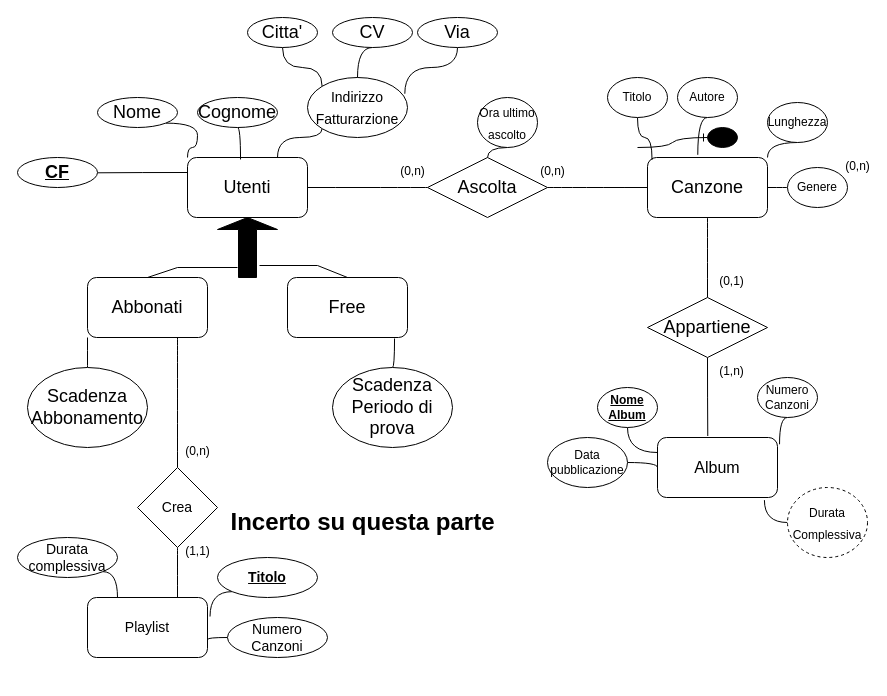
This is BasiDiDati/Progetto/DiagrammaER.drawio from Ariethel/Uni, a draw.io file, before an edit. Source tidied: cells renumbered, new cells numbered last; positions are measured from the earlier drawing's top-left corner, leaving out a move shared by most shapes. Both pictures are drawn from the tidied source at 100%, with x=0, y=0 at pixel (17, 17).
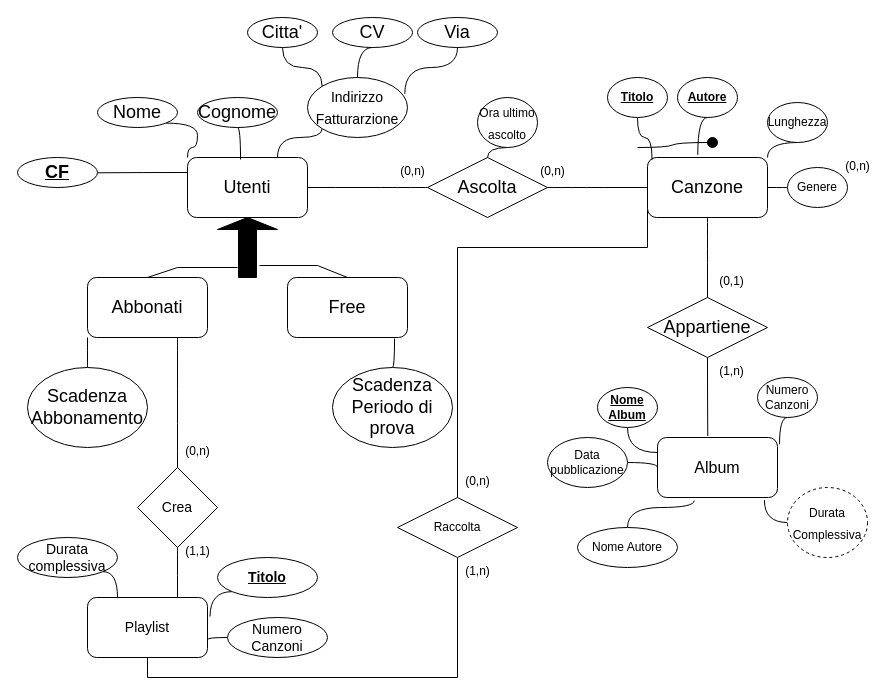
Above is the later version.

The change refers to these unchanged cells:
```xml
<mxCell id="30" value="Canzone" style="rounded=1;whiteSpace=wrap;html=1;fontSize=18;fillColor=default;" parent="1" vertex="1">
  <mxGeometry x="630" y="140" width="120" height="60" as="geometry" />
</mxCell>
<mxCell id="41" value="&lt;font size=&quot;3&quot;&gt;Album&lt;br&gt;&lt;/font&gt;" style="rounded=1;whiteSpace=wrap;html=1;fontSize=12;fillColor=default;" parent="1" vertex="1">
  <mxGeometry x="640" y="420" width="120" height="60" as="geometry" />
</mxCell>
<mxCell id="62" value="Playlist" style="rounded=1;whiteSpace=wrap;html=1;fontSize=14;" parent="1" vertex="1">
  <mxGeometry x="70" y="580" width="120" height="60" as="geometry" />
</mxCell>
```

What changed in the source:
```diff
@@
+    <mxCell id="72" style="edgeStyle=orthogonalEdgeStyle;rounded=0;jettySize=auto;html=1;exitX=0;exitY=0.75;exitDx=0;exitDy=0;entryX=0.5;entryY=0;entryDx=0;entryDy=0;endArrow=none;endFill=0;" parent="1" edge="1" source="30" target="74">
+      <mxGeometry relative="1" as="geometry">
+        <Array as="points">
+          <mxPoint x="630" y="230" />
+          <mxPoint x="440" y="230" />
+        </Array>
+      </mxGeometry>
+    </mxCell>
@@
-    <mxCell id="34" value="Titolo&lt;br&gt;" style="ellipse;whiteSpace=wrap;html=1;align=center;fontSize=12;fillColor=default;" parent="1" vertex="1">
+    <mxCell id="34" value="&lt;b&gt;&lt;u&gt;Titolo&lt;/u&gt;&lt;/b&gt;" style="ellipse;whiteSpace=wrap;html=1;align=center;fontSize=12;fillColor=default;" parent="1" vertex="1">
       <mxGeometry x="590" y="60" width="60" height="40" as="geometry" />
     </mxCell>
@@
-    <mxCell id="36" value="Autore" style="ellipse;whiteSpace=wrap;html=1;align=center;fontSize=12;fillColor=default;" parent="1" vertex="1">
+    <mxCell id="36" value="&lt;b&gt;&lt;u&gt;Autore&lt;/u&gt;&lt;/b&gt;" style="ellipse;whiteSpace=wrap;html=1;align=center;fontSize=12;fillColor=default;" parent="1" vertex="1">
       <mxGeometry x="660" y="60" width="60" height="40" as="geometry" />
     </mxCell>
@@
-    <mxCell id="58" style="edgeStyle=entityRelationEdgeStyle;fontSize=12;html=1;endArrow=ERone;endFill=1;rounded=0;curved=1;" parent="1" edge="1" target="59">
+    <mxCell id="58" style="edgeStyle=entityRelationEdgeStyle;fontSize=12;html=1;endArrow=none;endFill=0;rounded=0;curved=1;" parent="1" edge="1" target="59">
       <mxGeometry relative="1" as="geometry">
         <mxPoint x="620" y="130" as="sourcePoint" />
       </mxGeometry>
     </mxCell>
     <mxCell id="59" style="ellipse;whiteSpace=wrap;html=1;fontSize=12;fillColor=#000000;" parent="1" vertex="1">
-      <mxGeometry x="690" y="110" width="30" height="20" as="geometry" />
+      <mxGeometry x="690" y="120" width="10" height="10" as="geometry" />
     </mxCell>
@@
+    <mxCell id="73" style="edgeStyle=orthogonalEdgeStyle;rounded=0;jettySize=auto;html=1;exitX=0.5;exitY=1;exitDx=0;exitDy=0;endArrow=none;endFill=0;" parent="1" edge="1" source="62" target="74">
+      <mxGeometry relative="1" as="geometry" />
+    </mxCell>
@@
-    <mxCell id="71" value="Incerto su questa parte" style="text;strokeColor=none;fillColor=none;html=1;fontSize=24;fontStyle=1;verticalAlign=middle;align=center;" parent="1" vertex="1">
-      <mxGeometry x="295" y="485" width="100" height="40" as="geometry" />
-    </mxCell>
+    <mxCell id="74" value="Raccolta" style="shape=rhombus;perimeter=rhombusPerimeter;whiteSpace=wrap;html=1;align=center;" parent="1" vertex="1">
+      <mxGeometry x="380" y="480" width="120" height="60" as="geometry" />
+    </mxCell>
+    <mxCell id="75" value="&lt;span style=&quot;font-weight: normal&quot;&gt;&lt;font style=&quot;font-size: 12px&quot;&gt;(0,n)&lt;/font&gt;&lt;/span&gt;" style="text;strokeColor=none;fillColor=none;html=1;fontSize=24;fontStyle=1;verticalAlign=middle;align=center;" parent="1" vertex="1">
+      <mxGeometry x="410" y="440" width="100" height="40" as="geometry" />
+    </mxCell>
+    <mxCell id="76" value="&lt;span style=&quot;font-weight: normal&quot;&gt;&lt;font style=&quot;font-size: 12px&quot;&gt;(1,n)&lt;/font&gt;&lt;/span&gt;" style="text;strokeColor=none;fillColor=none;html=1;fontSize=24;fontStyle=1;verticalAlign=middle;align=center;" parent="1" vertex="1">
+      <mxGeometry x="410" y="530" width="100" height="40" as="geometry" />
+    </mxCell>
+    <mxCell id="77" style="edgeStyle=orthogonalEdgeStyle;curved=1;rounded=0;jettySize=auto;html=1;exitX=0.5;exitY=0;exitDx=0;exitDy=0;entryX=0.306;entryY=1.05;entryDx=0;entryDy=0;entryPerimeter=0;fontSize=12;endArrow=none;endFill=0;" parent="1" edge="1" source="78" target="41">
+      <mxGeometry relative="1" as="geometry" />
+    </mxCell>
+    <mxCell id="78" value="Nome Autore" style="ellipse;whiteSpace=wrap;html=1;align=center;fontSize=12;" parent="1" vertex="1">
+      <mxGeometry x="560" y="510" width="100" height="40" as="geometry" />
+    </mxCell>
```
